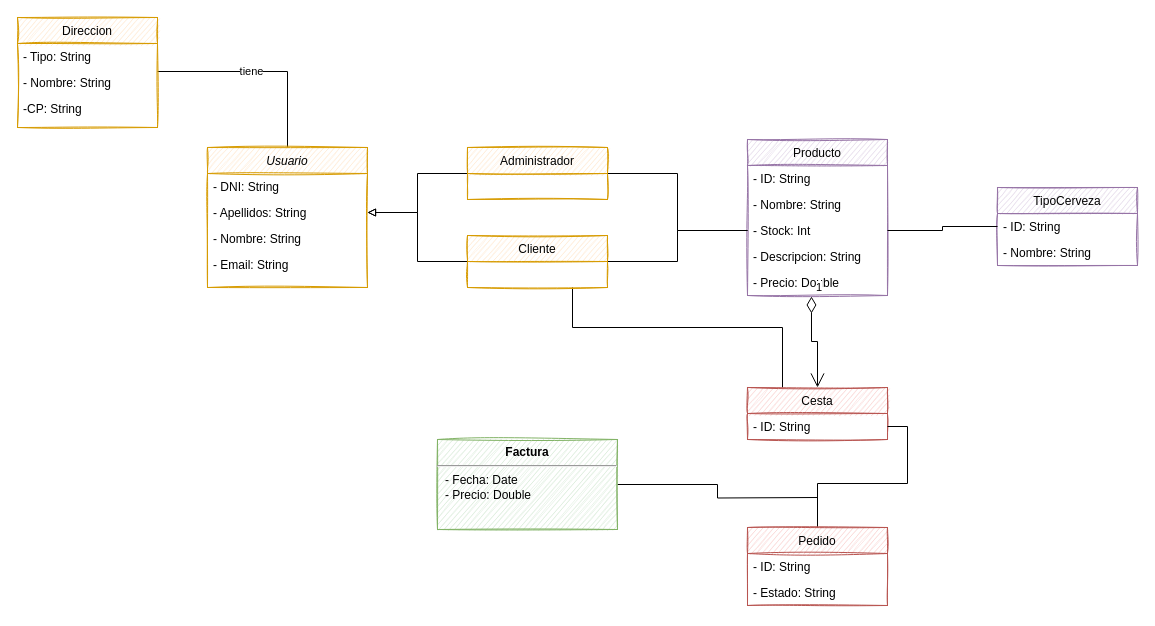
JosueGarciaAsensi/DSS keeps this draw.io diagram as _documentacion/diagrama.drawio. Above is the earlier version. Source tidied: cells renumbered, new cells numbered last; positions are measured from the earlier drawing's top-left corner, leaving out a move shared by most shapes. Both pictures are drawn from the tidied source at 100%, with x=0, y=0 at pixel (17, 17).
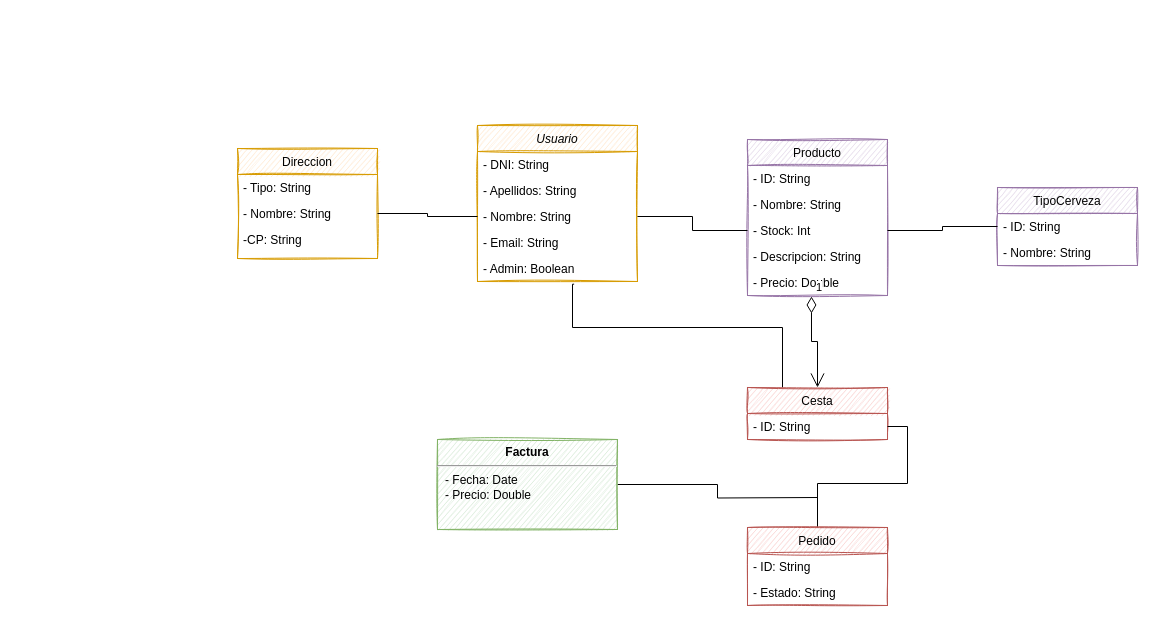
After the change.

Commit message (it also covers changes not shown here):
Herencia modificada

The change refers to these unchanged cells:
```xml
<mxCell id="6" value="- Apellidos: String" style="text;align=left;verticalAlign=top;spacingLeft=4;spacingRight=4;overflow=hidden;points=[[0,0.5],[1,0.5]];portConstraint=eastwest;rounded=0;shadow=0;html=0;" parent="4" vertex="1">
  <mxGeometry y="52" width="160" height="26" as="geometry" />
</mxCell>
<mxCell id="7" value="- Nombre: String" style="text;align=left;verticalAlign=top;spacingLeft=4;spacingRight=4;overflow=hidden;points=[[0,0.5],[1,0.5]];portConstraint=eastwest;rounded=0;shadow=0;html=0;" parent="4" vertex="1">
  <mxGeometry y="78" width="160" height="26" as="geometry" />
</mxCell>
<mxCell id="11" value="- Nombre: String" style="text;strokeColor=none;fillColor=none;align=left;verticalAlign=top;spacingLeft=4;spacingRight=4;overflow=hidden;points=[[0,0.5],[1,0.5]];portConstraint=eastwest;" parent="9" vertex="1">
  <mxGeometry y="52" width="140" height="26" as="geometry" />
</mxCell>
<mxCell id="16" value="- Stock: Int" style="text;strokeColor=none;fillColor=none;align=left;verticalAlign=top;spacingLeft=4;spacingRight=4;overflow=hidden;points=[[0,0.5],[1,0.5]];portConstraint=eastwest;" parent="13" vertex="1">
  <mxGeometry y="78" width="140" height="26" as="geometry" />
</mxCell>
<mxCell id="30" value="Cesta" style="swimlane;fontStyle=0;horizontal=1;startSize=26;fillColor=#f8cecc;strokeColor=#b85450;sketch=1;" parent="1" vertex="1">
  <mxGeometry x="730" y="370" width="140" height="52" as="geometry" />
</mxCell>
```

What changed in the source:
```diff
@@
-    <mxCell id="2" style="edgeStyle=orthogonalEdgeStyle;rounded=0;jettySize=auto;html=1;exitX=0.5;exitY=0;exitDx=0;exitDy=0;entryX=1;entryY=0.077;entryDx=0;entryDy=0;entryPerimeter=0;endArrow=none;endFill=0;" parent="1" edge="1" source="4" target="11">
-      <mxGeometry relative="1" as="geometry">
-        <Array as="points">
-          <mxPoint x="270" y="54" />
-        </Array>
-      </mxGeometry>
-    </mxCell>
-    <mxCell id="3" value="tiene" style="edgeLabel;html=1;align=center;verticalAlign=middle;" parent="2" vertex="1">
-      <mxGeometry x="0.09" y="-1" relative="1" as="geometry" />
-    </mxCell>
     <mxCell id="4" value="Usuario" style="swimlane;fontStyle=2;align=center;verticalAlign=top;horizontal=1;startSize=26;rounded=0;shadow=0;strokeWidth=1;fillColor=#ffe6cc;strokeColor=#d79b00;sketch=1;" parent="1" vertex="1">
-      <mxGeometry x="190" y="130" width="160" height="140" as="geometry" />
+      <mxGeometry x="460" y="108" width="160" height="156" as="geometry" />
     </mxCell>
@@
+    <mxCell id="39" value="- Admin: Boolean" style="text;align=left;verticalAlign=top;spacingLeft=4;spacingRight=4;overflow=hidden;points=[[0,0.5],[1,0.5]];portConstraint=eastwest;rounded=0;shadow=0;html=0;" parent="4" vertex="1">
+      <mxGeometry y="130" width="160" height="26" as="geometry" />
+    </mxCell>
     <mxCell id="9" value="Direccion" style="swimlane;fontStyle=0;horizontal=1;startSize=26;fillColor=#ffe6cc;strokeColor=#d79b00;sketch=1;" parent="1" vertex="1">
-      <mxGeometry width="140" height="110" as="geometry" />
+      <mxGeometry x="220" y="131" width="140" height="110" as="geometry" />
     </mxCell>
@@
-    <mxCell id="19" style="edgeStyle=orthogonalEdgeStyle;rounded=0;jettySize=auto;html=1;exitX=0;exitY=0.5;exitDx=0;exitDy=0;entryX=1;entryY=0.5;entryDx=0;entryDy=0;endArrow=block;endFill=0;" parent="1" edge="1" source="21" target="6">
-      <mxGeometry relative="1" as="geometry" />
-    </mxCell>
-    <mxCell id="20" style="edgeStyle=orthogonalEdgeStyle;rounded=0;jettySize=auto;html=1;exitX=1;exitY=0.5;exitDx=0;exitDy=0;entryX=0;entryY=0.5;entryDx=0;entryDy=0;endArrow=none;endFill=0;" parent="1" edge="1" source="21" target="16">
-      <mxGeometry relative="1" as="geometry" />
-    </mxCell>
-    <mxCell id="21" value="Administrador" style="swimlane;fontStyle=0;horizontal=1;startSize=26;fillColor=#ffe6cc;sketch=1;strokeColor=#d79b00;" parent="1" vertex="1">
-      <mxGeometry x="450" y="130" width="140" height="52" as="geometry" />
-    </mxCell>
-    <mxCell id="22" style="edgeStyle=orthogonalEdgeStyle;rounded=0;jettySize=auto;html=1;exitX=0;exitY=0.5;exitDx=0;exitDy=0;entryX=1;entryY=0.5;entryDx=0;entryDy=0;endArrow=block;endFill=0;" parent="1" edge="1" source="25" target="6">
-      <mxGeometry relative="1" as="geometry" />
-    </mxCell>
-    <mxCell id="23" style="edgeStyle=orthogonalEdgeStyle;rounded=0;jettySize=auto;html=1;exitX=1;exitY=0.5;exitDx=0;exitDy=0;endArrow=none;endFill=0;entryX=0;entryY=0.5;entryDx=0;entryDy=0;" parent="1" edge="1" source="25" target="16">
-      <mxGeometry relative="1" as="geometry" />
-    </mxCell>
-    <mxCell id="24" style="edgeStyle=orthogonalEdgeStyle;rounded=0;jettySize=auto;html=1;entryX=0.25;entryY=0;entryDx=0;entryDy=0;endArrow=none;endFill=0;" parent="1" edge="1" target="30">
+    <mxCell id="24" style="edgeStyle=orthogonalEdgeStyle;rounded=0;jettySize=auto;html=1;entryX=0.25;entryY=0;entryDx=0;entryDy=0;endArrow=none;endFill=0;exitX=0.604;exitY=1.103;exitDx=0;exitDy=0;exitPerimeter=0;" parent="1" edge="1" source="39" target="30">
       <mxGeometry relative="1" as="geometry">
-        <mxPoint x="555" y="270" as="sourcePoint" />
         <Array as="points">
+          <mxPoint x="555" y="267" />
           <mxPoint x="555" y="310" />
           <mxPoint x="765" y="310" />
         </Array>
       </mxGeometry>
     </mxCell>
-    <mxCell id="25" value="Cliente" style="swimlane;fontStyle=0;horizontal=1;startSize=26;fillColor=#ffe6cc;strokeColor=#d79b00;sketch=1;" parent="1" vertex="1">
-      <mxGeometry x="450" y="218" width="140" height="52" as="geometry" />
-    </mxCell>
@@
+    <mxCell id="40" style="edgeStyle=orthogonalEdgeStyle;rounded=0;jettySize=auto;html=1;exitX=1;exitY=0.5;exitDx=0;exitDy=0;entryX=0;entryY=0.5;entryDx=0;entryDy=0;endArrow=none;endFill=0;" parent="1" edge="1" source="7" target="16">
+      <mxGeometry relative="1" as="geometry" />
+    </mxCell>
+    <mxCell id="41" style="edgeStyle=orthogonalEdgeStyle;rounded=0;jettySize=auto;html=1;exitX=1;exitY=0.5;exitDx=0;exitDy=0;entryX=0;entryY=0.5;entryDx=0;entryDy=0;endArrow=none;endFill=0;" parent="1" edge="1" source="11" target="7">
+      <mxGeometry relative="1" as="geometry" />
+    </mxCell>
```
